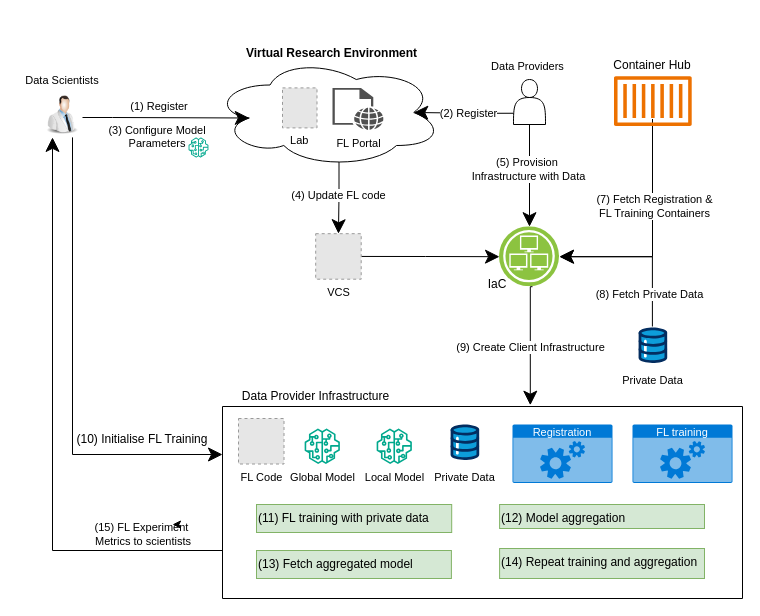
This is Thesis/Workflow.drawio from anandanlk/Drawings, a draw.io file, before an edit. Source tidied: cells renumbered, new cells numbered last; positions are measured from the earlier drawing's top-left corner, leaving out a move shared by most shapes. Both pictures are drawn from the tidied source at 100%, with x=0, y=0 at pixel (17, 17). Pictures stored in the file or linked from it are replaced by grey dashed boxes.
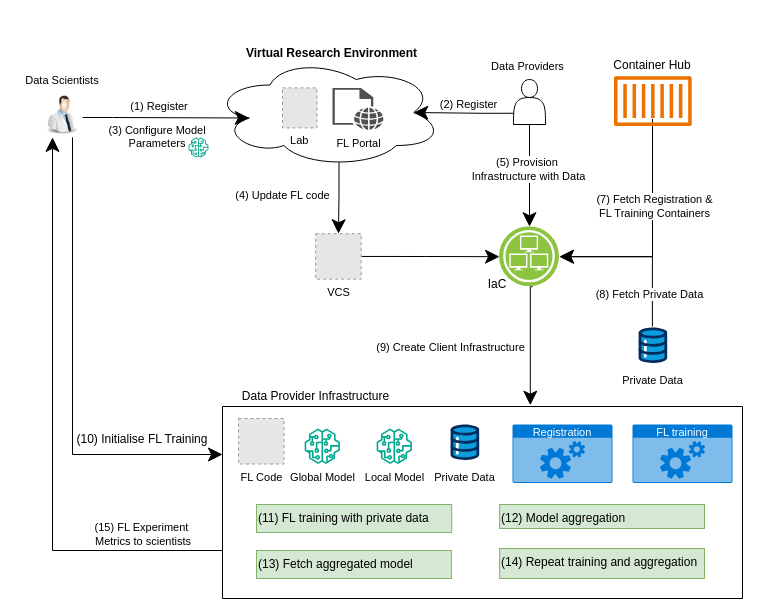
After the change.

Unchanged cells that the change refers to:
```xml
<mxCell id="6" style="edgeStyle=orthogonalEdgeStyle;rounded=0;orthogonalLoop=1;jettySize=auto;html=1;exitX=0.5;exitY=1;exitDx=0;exitDy=0;entryX=0.622;entryY=-0.007;entryDx=0;entryDy=0;entryPerimeter=0;endSize=12;startSize=12;" parent="1" edge="1">
  <mxGeometry relative="1" as="geometry">
    <mxPoint x="515" y="269.2" as="sourcePoint" />
    <mxPoint x="512.8" y="387.7" as="targetPoint" />
    <Array as="points">
      <mxPoint x="513" y="269" />
    </Array>
  </mxGeometry>
</mxCell>
<mxCell id="8" value="(15) FL Experiment&amp;nbsp;&lt;div&gt;Metrics to scientists&lt;/div&gt;" style="text;html=1;align=center;verticalAlign=middle;whiteSpace=wrap;rounded=0;fontSize=11;" parent="1" vertex="1">
  <mxGeometry x="56" y="507" width="140" height="20" as="geometry" />
</mxCell>
<mxCell id="15" style="edgeStyle=orthogonalEdgeStyle;rounded=0;jettySize=auto;html=1;exitX=0;exitY=0.75;exitDx=0;exitDy=0;entryX=0.875;entryY=0.5;entryDx=0;entryDy=0;entryPerimeter=0;endSize=12;startSize=12;" parent="1" edge="1" source="5" target="10">
  <mxGeometry relative="1" as="geometry" />
</mxCell>
<mxCell id="28" style="swimlane;startSize=0;" parent="1" vertex="1">
  <mxGeometry x="205" y="389" width="520" height="192" as="geometry" />
</mxCell>
<mxCell id="45" style="edgeStyle=orthogonalEdgeStyle;rounded=0;jettySize=auto;html=1;exitX=0.55;exitY=0.95;exitDx=0;exitDy=0;exitPerimeter=0;entryX=0.5;entryY=0;entryDx=0;entryDy=0;endSize=12;startSize=12;" parent="1" edge="1" source="10" target="44">
  <mxGeometry relative="1" as="geometry" />
</mxCell>
```

The edit, as a diff of the source:
```diff
@@
-    <mxCell id="7" value="(9) Create Client Infrastructure" style="edgeLabel;html=1;align=center;verticalAlign=middle;" parent="6" vertex="1">
+    <mxCell id="7" value="(9) Create Client Infrastructure" style="edgeLabel;html=1;align=center;verticalAlign=middle;labelBackgroundColor=none;" parent="6" vertex="1">
       <mxGeometry x="-0.18" relative="1" as="geometry">
-        <mxPoint y="14" as="offset" />
+        <mxPoint x="-80" y="14" as="offset" />
       </mxGeometry>
     </mxCell>
@@
-    <mxCell id="16" value="(2) Register" style="edgeLabel;html=1;align=center;verticalAlign=middle;" parent="15" vertex="1">
+    <mxCell id="16" value="(2) Register" style="edgeLabel;html=1;align=center;verticalAlign=middle;labelBackgroundColor=none;" parent="15" vertex="1">
       <mxGeometry x="-0.2" relative="1" as="geometry">
-        <mxPoint x="-6" as="offset" />
+        <mxPoint x="-6" y="-9" as="offset" />
       </mxGeometry>
     </mxCell>
@@
-    <mxCell id="30" value="FL Code" style="fillColor=#E6E6E6;strokeColor=#999999;dashed=1;html=1;verticalAlign=top;verticalLabelPosition=bottom;labelBackgroundColor=#ffffff;fontSize=11;" parent="28" vertex="1">
+    <mxCell id="30" value="FL Code" style="fillColor=#E6E6E6;strokeColor=#999999;dashed=1;html=1;verticalAlign=top;verticalLabelPosition=bottom;labelBackgroundColor=none;fontSize=11;" parent="28" vertex="1">
       <mxGeometry x="16" y="12" width="45.5" height="45.5" as="geometry" />
     </mxCell>
@@
-    <mxCell id="46" value="(4) Update FL code" style="edgeLabel;html=1;align=center;verticalAlign=middle;" parent="45" vertex="1">
+    <mxCell id="46" value="(4) Update FL code" style="edgeLabel;html=1;align=center;verticalAlign=middle;labelBackgroundColor=none;" parent="45" vertex="1">
       <mxGeometry x="0.13" relative="1" as="geometry">
-        <mxPoint y="-7" as="offset" />
+        <mxPoint x="-56" y="-7" as="offset" />
       </mxGeometry>
     </mxCell>
@@
-    <mxCell id="51" style="edgeStyle=orthogonalEdgeStyle;rounded=0;orthogonalLoop=1;jettySize=auto;html=1;exitX=0.75;exitY=0;exitDx=0;exitDy=0;entryX=0.707;entryY=0;entryDx=0;entryDy=0;entryPerimeter=0;fontSize=12;" parent="1" edge="1" source="8" target="8">
-      <mxGeometry relative="1" as="geometry" />
-    </mxCell>
```
